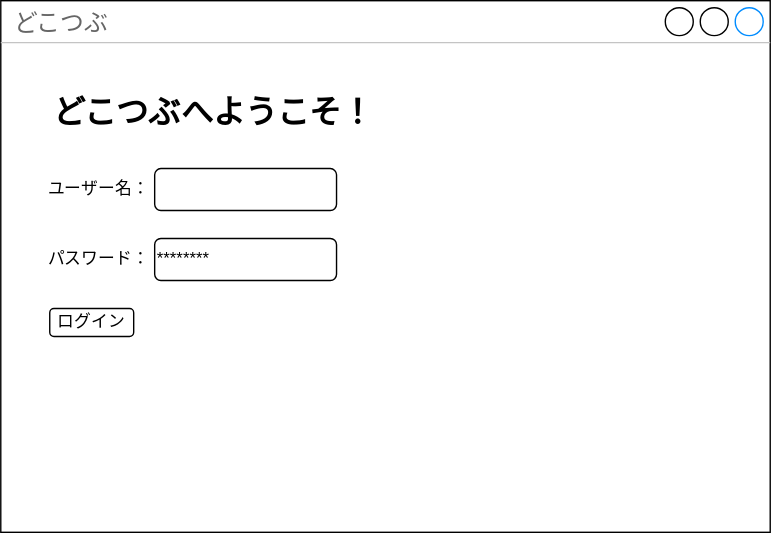
SZTTSG/sofewareEngneeringIntroduction keeps this draw.io diagram as Screen design document.drawio.svg. Above is the earlier version. Source tidied: cells renumbered, new cells last; positions are measured from the earlier drawing's top-left corner, leaving out a move shared by most shapes.
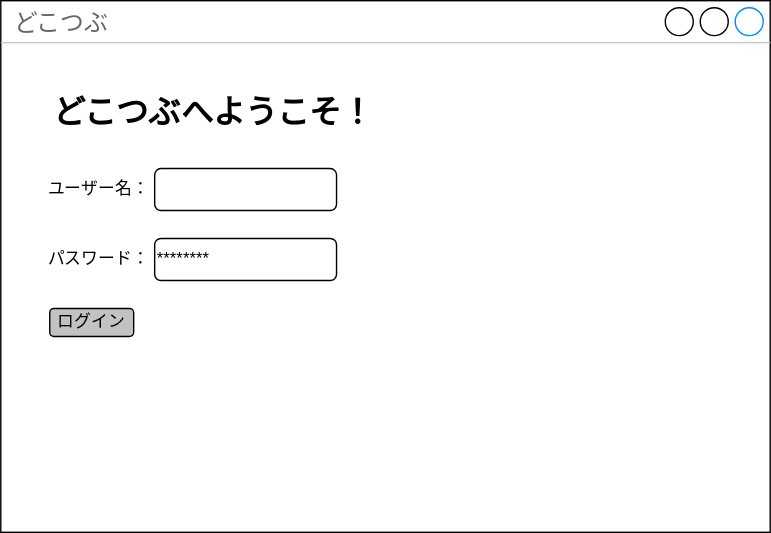
The same diagram one commit later.

Commit message:
Screen design document.drawio.svg を更新します

Change to the diagram source:
```diff
@@ -11,7 +11,7 @@
     <mxCell id="4" value="パスワード：" style="text;html=1;align=center;verticalAlign=middle;whiteSpace=wrap;rounded=0;" parent="1" vertex="1">
       <mxGeometry x="30" y="170" width="80" height="30" as="geometry" />
     </mxCell>
-    <mxCell id="5" value="ログイン" style="rounded=1;whiteSpace=wrap;html=1;" parent="1" vertex="1">
+    <mxCell id="5" value="ログイン" style="rounded=1;whiteSpace=wrap;html=1;fillColor=#C2C2C2;" parent="1" vertex="1">
       <mxGeometry x="35" y="220" width="60" height="20" as="geometry" />
     </mxCell>
     <mxCell id="6" value="&lt;font style=&quot;font-size: 23px;&quot;&gt;&lt;b&gt;どこつぶへようこそ！&lt;/b&gt;&lt;/font&gt;" style="text;html=1;align=center;verticalAlign=middle;whiteSpace=wrap;rounded=0;" parent="1" vertex="1">
```
